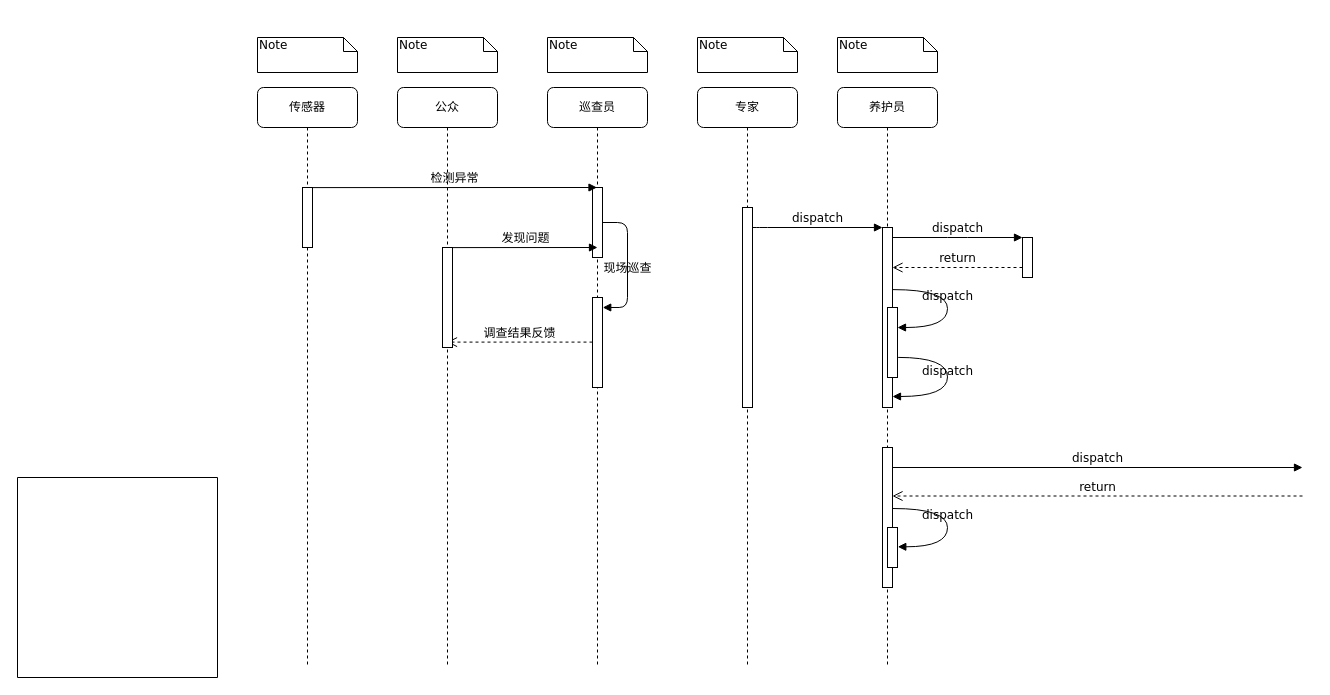
wzdong26/assets keeps this draw.io diagram as 未命名绘图.drawio. Above is the earlier version. Source tidied: cells renumbered, new cells numbered last; positions are measured from the earlier drawing's top-left corner, leaving out a move shared by most shapes. Both pictures are drawn from the tidied source at 100%, with x=0, y=0 at pixel (17, 37).
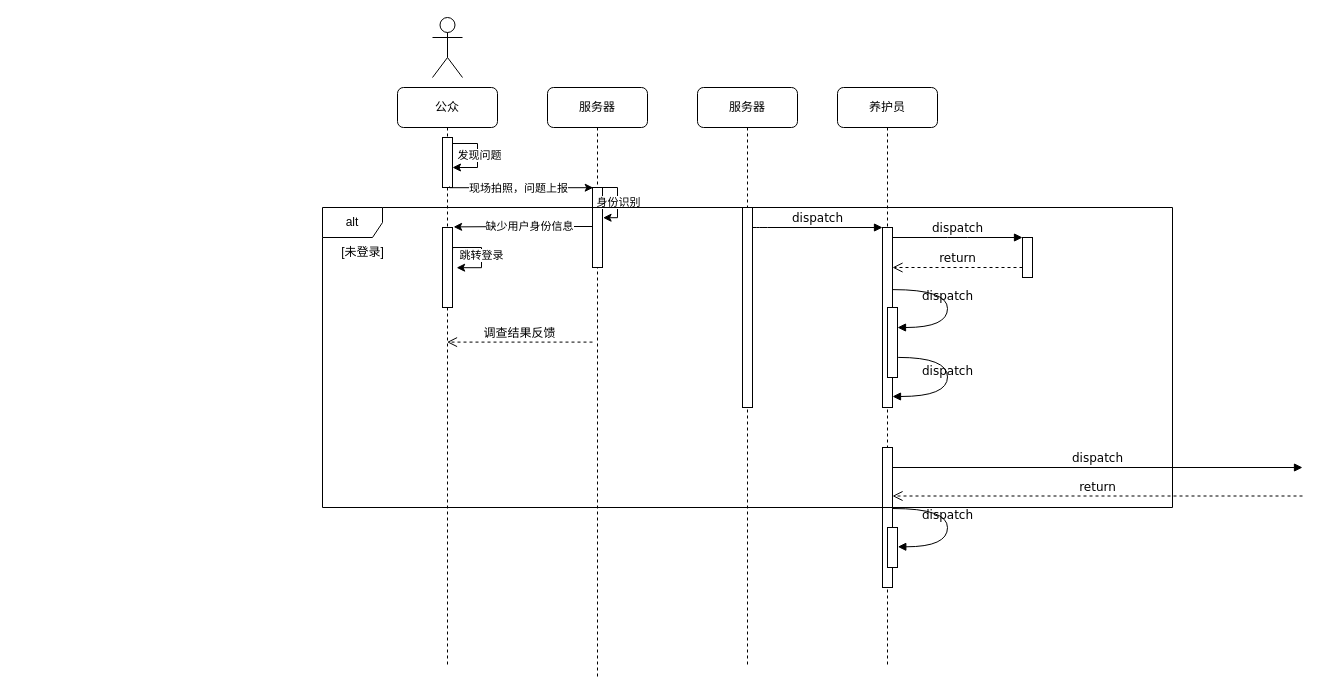
Above is the later version.

Commit message:
更新未命名绘图.drawio

Unchanged cells that the change refers to:
```xml
<mxCell id="13" value="公众" style="shape=umlLifeline;perimeter=lifelinePerimeter;whiteSpace=wrap;html=1;outlineConnect=0;rounded=1;shadow=0;comic=0;labelBackgroundColor=none;strokeWidth=1;fontFamily=Verdana;fontSize=12;align=center;" parent="1" vertex="1">
  <mxGeometry x="380" y="50" width="100" height="580" as="geometry" />
</mxCell>
```

What changed in the source:
```diff
@@
-    <mxCell id="2" value="巡查员" style="shape=umlLifeline;perimeter=lifelinePerimeter;whiteSpace=wrap;html=1;outlineConnect=0;rounded=1;shadow=0;comic=0;labelBackgroundColor=none;strokeWidth=1;fontFamily=Verdana;fontSize=12;align=center;" parent="1" vertex="1">
-      <mxGeometry x="530" y="50" width="100" height="580" as="geometry" />
+    <mxCell id="2" value="服务器" style="shape=umlLifeline;perimeter=lifelinePerimeter;whiteSpace=wrap;html=1;outlineConnect=0;rounded=1;shadow=0;comic=0;labelBackgroundColor=none;strokeWidth=1;fontFamily=Verdana;fontSize=12;align=center;" parent="1" vertex="1">
+      <mxGeometry x="530" y="50" width="100" height="590" as="geometry" />
     </mxCell>
     <mxCell id="3" style="html=1;points=[];perimeter=orthogonalPerimeter;rounded=0;shadow=0;comic=0;labelBackgroundColor=none;strokeWidth=1;fontFamily=Verdana;fontSize=12;align=center;" parent="2" vertex="1">
-      <mxGeometry x="45" y="100" width="10" height="70" as="geometry" />
+      <mxGeometry x="45" y="100" width="10" height="80" as="geometry" />
     </mxCell>
@@
-    <mxCell id="5" style="html=1;points=[];perimeter=orthogonalPerimeter;rounded=0;shadow=0;comic=0;labelBackgroundColor=none;strokeWidth=1;fontFamily=Verdana;fontSize=12;align=center;" parent="2" vertex="1">
-      <mxGeometry x="45" y="210" width="10" height="90" as="geometry" />
-    </mxCell>
-    <mxCell id="6" value="现场巡查" style="html=1;verticalAlign=bottom;endArrow=block;labelBackgroundColor=none;fontFamily=Verdana;fontSize=12;edgeStyle=elbowEdgeStyle;elbow=vertical;entryX=1.024;entryY=0.111;entryDx=0;entryDy=0;entryPerimeter=0;" parent="2" edge="1" source="3" target="5">
-      <mxGeometry x="0.19" relative="1" as="geometry">
-        <Array as="points">
-          <mxPoint x="80" y="180" />
-        </Array>
-      </mxGeometry>
-    </mxCell>
+    <mxCell id="35" style="edgeStyle=orthogonalEdgeStyle;rounded=0;orthogonalLoop=1;jettySize=auto;html=1;entryX=1.056;entryY=0.378;entryDx=0;entryDy=0;entryPerimeter=0;" parent="2" edge="1" source="3" target="3">
+      <mxGeometry relative="1" as="geometry">
+        <Array as="points">
+          <mxPoint x="70" y="100" />
+          <mxPoint x="70" y="130" />
+        </Array>
+      </mxGeometry>
+    </mxCell>
+    <mxCell id="36" value="身份识别" style="edgeLabel;html=1;align=center;verticalAlign=middle;" parent="35" vertex="1">
+      <mxGeometry x="0.11" relative="1" as="geometry">
+        <mxPoint y="-4" as="offset" />
+      </mxGeometry>
+    </mxCell>
-    <mxCell id="7" value="专家" style="shape=umlLifeline;perimeter=lifelinePerimeter;whiteSpace=wrap;html=1;rounded=1;shadow=0;comic=0;labelBackgroundColor=none;strokeWidth=1;fontFamily=Verdana;fontSize=12;align=center;" parent="1" vertex="1">
+    <mxCell id="7" value="服务器" style="shape=umlLifeline;perimeter=lifelinePerimeter;whiteSpace=wrap;html=1;rounded=1;shadow=0;comic=0;labelBackgroundColor=none;strokeWidth=1;fontFamily=Verdana;fontSize=12;align=center;" parent="1" vertex="1">
       <mxGeometry x="680" y="50" width="100" height="580" as="geometry" />
     </mxCell>
@@
-    <mxCell id="10" value="传感器" style="shape=umlLifeline;perimeter=lifelinePerimeter;whiteSpace=wrap;html=1;rounded=1;shadow=0;comic=0;labelBackgroundColor=none;strokeWidth=1;fontFamily=Verdana;fontSize=12;align=center;" parent="1" vertex="1">
-      <mxGeometry x="240" y="50" width="100" height="580" as="geometry" />
-    </mxCell>
-    <mxCell id="11" style="html=1;perimeter=orthogonalPerimeter;rounded=0;shadow=0;comic=0;labelBackgroundColor=none;strokeWidth=1;fontFamily=Verdana;fontSize=12;align=center;" parent="10" vertex="1">
-      <mxGeometry x="45" y="100" width="10" height="60" as="geometry" />
-    </mxCell>
-    <mxCell id="12" value="检测异常" style="html=1;verticalAlign=bottom;endArrow=block;labelBackgroundColor=none;fontFamily=Verdana;fontSize=12;edgeStyle=elbowEdgeStyle;elbow=vertical;" parent="10" edge="1" target="2">
-      <mxGeometry relative="1" as="geometry">
-        <mxPoint x="55" y="100.1" as="sourcePoint" />
-        <Array as="points">
-          <mxPoint x="190" y="100" />
-        </Array>
-      </mxGeometry>
-    </mxCell>
@@
     <mxCell id="14" style="html=1;perimeter=orthogonalPerimeter;rounded=0;shadow=0;comic=0;labelBackgroundColor=none;strokeWidth=1;fontFamily=Verdana;fontSize=12;align=center;" parent="13" vertex="1">
-      <mxGeometry x="45" y="160" width="10" height="100" as="geometry" />
+      <mxGeometry x="45" y="50" width="10" height="50" as="geometry" />
     </mxCell>
+    <mxCell id="37" style="edgeStyle=orthogonalEdgeStyle;rounded=0;orthogonalLoop=1;jettySize=auto;html=1;curved=0;" parent="13" edge="1">
+      <mxGeometry relative="1" as="geometry">
+        <mxPoint x="55" y="56" as="sourcePoint" />
+        <mxPoint x="55" y="80" as="targetPoint" />
+        <Array as="points">
+          <mxPoint x="80" y="56" />
+          <mxPoint x="80" y="80" />
+          <mxPoint x="56" y="80" />
+        </Array>
+      </mxGeometry>
+    </mxCell>
+    <mxCell id="33" value="发现问题" style="edgeLabel;html=1;align=center;verticalAlign=middle;" parent="37" vertex="1">
+      <mxGeometry x="-0.63" y="-1" relative="1" as="geometry">
+        <mxPoint x="12" y="10" as="offset" />
+      </mxGeometry>
+    </mxCell>
@@
-    <mxCell id="28" value="Note" style="shape=note;whiteSpace=wrap;html=1;size=14;verticalAlign=top;align=left;spacingTop=-6;rounded=0;shadow=0;comic=0;labelBackgroundColor=none;strokeWidth=1;fontFamily=Verdana;fontSize=12;" parent="1" vertex="1">
-      <mxGeometry x="380" width="100" height="35" as="geometry" />
-    </mxCell>
-    <mxCell id="29" value="Note" style="shape=note;whiteSpace=wrap;html=1;size=14;verticalAlign=top;align=left;spacingTop=-6;rounded=0;shadow=0;comic=0;labelBackgroundColor=none;strokeWidth=1;fontFamily=Verdana;fontSize=12;" parent="1" vertex="1">
-      <mxGeometry x="530" width="100" height="35" as="geometry" />
-    </mxCell>
-    <mxCell id="30" value="Note" style="shape=note;whiteSpace=wrap;html=1;size=14;verticalAlign=top;align=left;spacingTop=-6;rounded=0;shadow=0;comic=0;labelBackgroundColor=none;strokeWidth=1;fontFamily=Verdana;fontSize=12;" parent="1" vertex="1">
-      <mxGeometry x="680" width="100" height="35" as="geometry" />
-    </mxCell>
-    <mxCell id="31" value="Note" style="shape=note;whiteSpace=wrap;html=1;size=14;verticalAlign=top;align=left;spacingTop=-6;rounded=0;shadow=0;comic=0;labelBackgroundColor=none;strokeWidth=1;fontFamily=Verdana;fontSize=12;" parent="1" vertex="1">
-      <mxGeometry x="820" width="100" height="35" as="geometry" />
-    </mxCell>
-    <mxCell id="32" value="Note" style="shape=note;whiteSpace=wrap;html=1;size=14;verticalAlign=top;align=left;spacingTop=-6;rounded=0;shadow=0;comic=0;labelBackgroundColor=none;strokeWidth=1;fontFamily=Verdana;fontSize=12;" parent="1" vertex="1">
-      <mxGeometry x="240" width="100" height="35" as="geometry" />
-    </mxCell>
-    <mxCell id="33" value="发现问题" style="html=1;verticalAlign=bottom;endArrow=block;labelBackgroundColor=none;fontFamily=Verdana;fontSize=12;edgeStyle=elbowEdgeStyle;elbow=vertical;" parent="1" edge="1">
-      <mxGeometry relative="1" as="geometry">
-        <mxPoint x="435" y="210.1" as="sourcePoint" />
-        <mxPoint x="580" y="210" as="targetPoint" />
-        <Array as="points">
-          <mxPoint x="570" y="210" />
-        </Array>
-      </mxGeometry>
-    </mxCell>
-    <mxCell id="34" style="swimlane;startSize=0;" parent="1" vertex="1">
-      <mxGeometry y="440" width="200" height="200" as="geometry" />
-    </mxCell>
+    <mxCell id="38" style="shape=umlActor;verticalLabelPosition=bottom;verticalAlign=top;html=1;" parent="1" vertex="1">
+      <mxGeometry x="415" y="-20" width="30" height="60" as="geometry" />
+    </mxCell>
+    <mxCell id="39" value="alt" style="shape=umlFrame;whiteSpace=wrap;html=1;" parent="1" vertex="1">
+      <mxGeometry x="305" y="170" width="850" height="300" as="geometry" />
+    </mxCell>
+    <mxCell id="40" value="[未登录]" style="text;html=1;align=center;verticalAlign=middle;strokeColor=none;fillColor=none;" parent="1" vertex="1">
+      <mxGeometry x="310" y="200" width="70" height="30" as="geometry" />
+    </mxCell>
+    <mxCell id="41" style="edgeStyle=orthogonalEdgeStyle;rounded=0;orthogonalLoop=1;jettySize=auto;html=1;entryX=-0.133;entryY=0.117;entryDx=0;entryDy=0;entryPerimeter=0;" parent="1" edge="1">
+      <mxGeometry relative="1" as="geometry">
+        <mxPoint x="432" y="149" as="sourcePoint" />
+        <mxPoint x="575.7" y="150.2" as="targetPoint" />
+        <Array as="points">
+          <mxPoint x="432" y="150" />
+        </Array>
+      </mxGeometry>
+    </mxCell>
+    <mxCell id="42" value="现场拍照，问题上报" style="edgeLabel;html=1;align=center;verticalAlign=middle;" parent="41" vertex="1">
+      <mxGeometry x="-0.23" y="1" relative="1" as="geometry">
+        <mxPoint x="14" y="1" as="offset" />
+      </mxGeometry>
+    </mxCell>
+    <mxCell id="43" style="edgeStyle=orthogonalEdgeStyle;rounded=0;jettySize=auto;html=1;exitX=1.008;exitY=0.279;exitDx=0;exitDy=0;exitPerimeter=0;entryX=1.009;entryY=0.496;entryDx=0;entryDy=0;entryPerimeter=0;" parent="1" edge="1" source="45">
+      <mxGeometry relative="1" as="geometry">
+        <mxPoint x="439.1" y="230.2" as="targetPoint" />
+        <Array as="points">
+          <mxPoint x="435" y="210" />
+          <mxPoint x="464" y="210" />
+          <mxPoint x="464" y="230" />
+        </Array>
+      </mxGeometry>
+    </mxCell>
+    <mxCell id="44" value="跳转登录" style="edgeLabel;html=1;align=center;verticalAlign=middle;" parent="43" vertex="1">
+      <mxGeometry x="-0.1" y="-1" relative="1" as="geometry">
+        <mxPoint y="5" as="offset" />
+      </mxGeometry>
+    </mxCell>
+    <mxCell id="45" style="html=1;points=[];perimeter=orthogonalPerimeter;rounded=0;shadow=0;comic=0;labelBackgroundColor=none;strokeWidth=1;fontFamily=Verdana;fontSize=12;align=center;" parent="1" vertex="1">
+      <mxGeometry x="425" y="190" width="10" height="80" as="geometry" />
+    </mxCell>
+    <mxCell id="46" style="edgeStyle=orthogonalEdgeStyle;rounded=0;orthogonalLoop=1;jettySize=auto;html=1;entryX=1.106;entryY=0.017;entryDx=0;entryDy=0;entryPerimeter=0;" parent="1" edge="1">
+      <mxGeometry relative="1" as="geometry">
+        <mxPoint x="575" y="188" as="sourcePoint" />
+        <mxPoint x="436.1" y="189.4" as="targetPoint" />
+        <Array as="points">
+          <mxPoint x="506" y="189" />
+          <mxPoint x="506" y="190" />
+          <mxPoint x="436" y="190" />
+        </Array>
+      </mxGeometry>
+    </mxCell>
+    <mxCell id="47" value="缺少用户身份信息" style="edgeLabel;html=1;align=center;verticalAlign=middle;" parent="46" vertex="1">
+      <mxGeometry x="-0.08" y="-1" relative="1" as="geometry" />
+    </mxCell>
```
